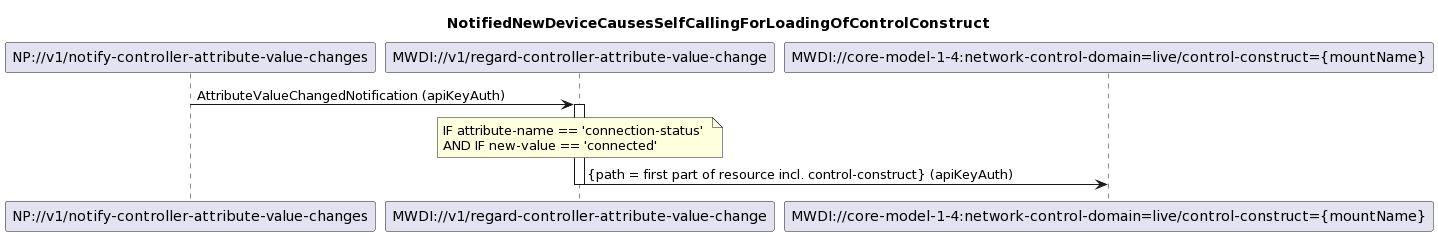
Above: spec/diagrams/020_NotificationBasedDeviceListSyncAdd.png in openBackhaul/MicroWaveDeviceInventory (PlantUML), before the change.
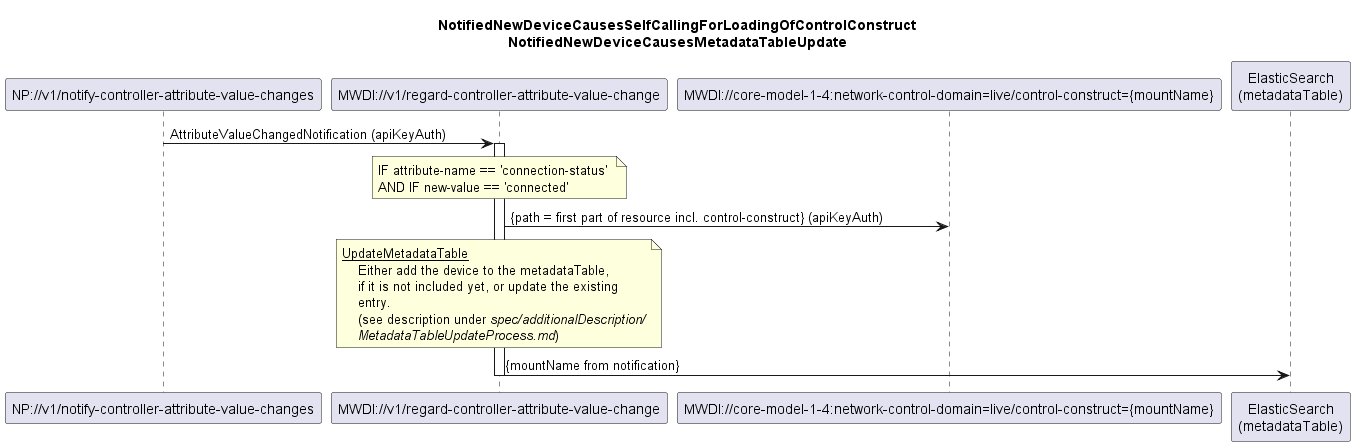
Later version of the same file.

Diff of the diagram source:
```diff
@@ -1,11 +1,15 @@
-@startuml
+@startuml 020_NotificationBasedDeviceListSyncAdd
 skinparam responseMessageBelowArrow true
 
-title  NotifiedNewDeviceCausesSelfCallingForLoadingOfControlConstruct
+title
+  NotifiedNewDeviceCausesSelfCallingForLoadingOfControlConstruct
+  NotifiedNewDeviceCausesMetadataTableUpdate
+end title
 
 participant "NP://v1/notify-controller-attribute-value-changes" as subscription
 participant "MWDI://v1/regard-controller-attribute-value-change" as regardNewDevice
 participant "MWDI://core-model-1-4:network-control-domain=live/control-construct={mountName}" as liveControlConstruct
+participant "ElasticSearch\n(metadataTable)" as es
 
 subscription -> regardNewDevice: AttributeValueChangedNotification (apiKeyAuth)
 activate regardNewDevice
@@ -16,5 +20,17 @@
 end note
 
 regardNewDevice -> liveControlConstruct: {path = first part of resource incl. control-construct} (apiKeyAuth)
+
+note over regardNewDevice
+  <u>UpdateMetadataTable</u>
+      Either add the device to the metadataTable,
+      if it is not included yet, or update the existing
+      entry.
+      (see description under <i>spec/additionalDescription/</i>
+      <i>MetadataTableUpdateProcess.md</i>)
+end note
+regardNewDevice -> es: {mountName from notification}
+
 deactivate regardNewDevice
+
 @enduml
```
